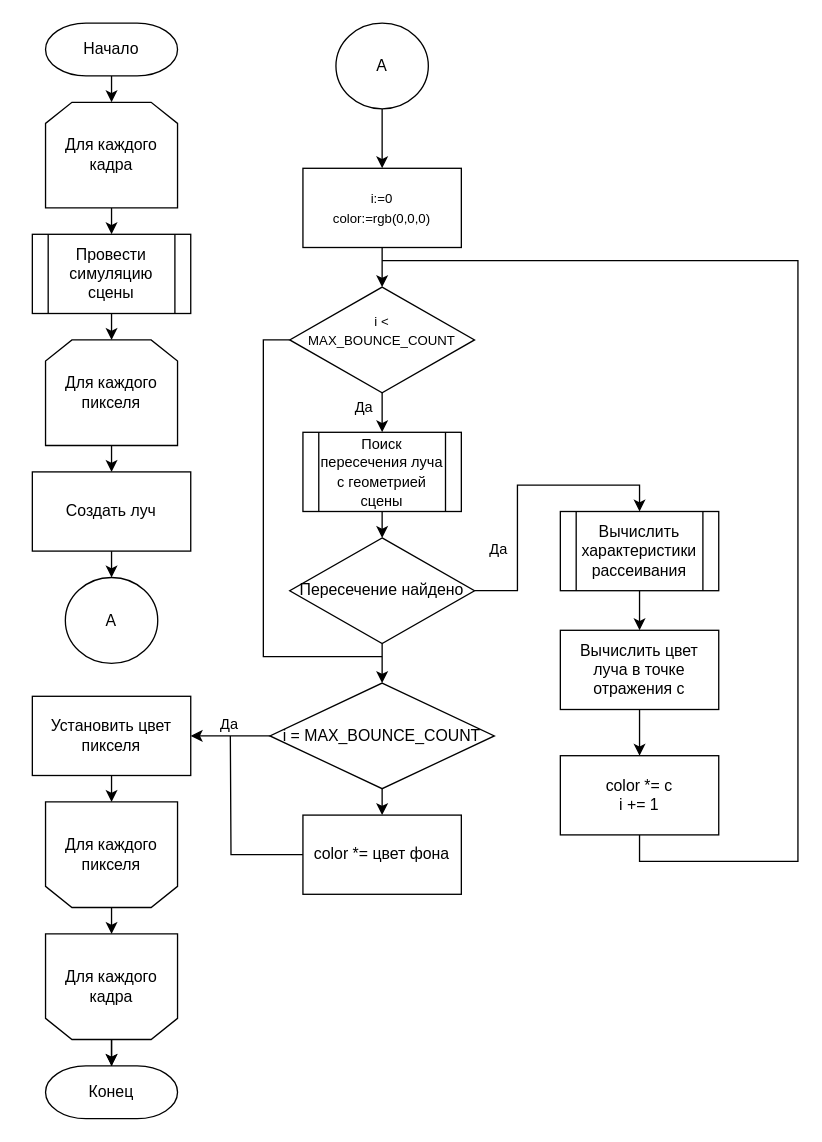
Holodome/voxel-water keeps this draw.io diagram as docs/inc/app.drawio. Above is the earlier version. Source tidied: cells renumbered, new cells numbered last; positions are measured from the earlier drawing's top-left corner, leaving out a move shared by most shapes. Both pictures are drawn from the tidied source at 132%, with x=0, y=0 at pixel (32, 22).
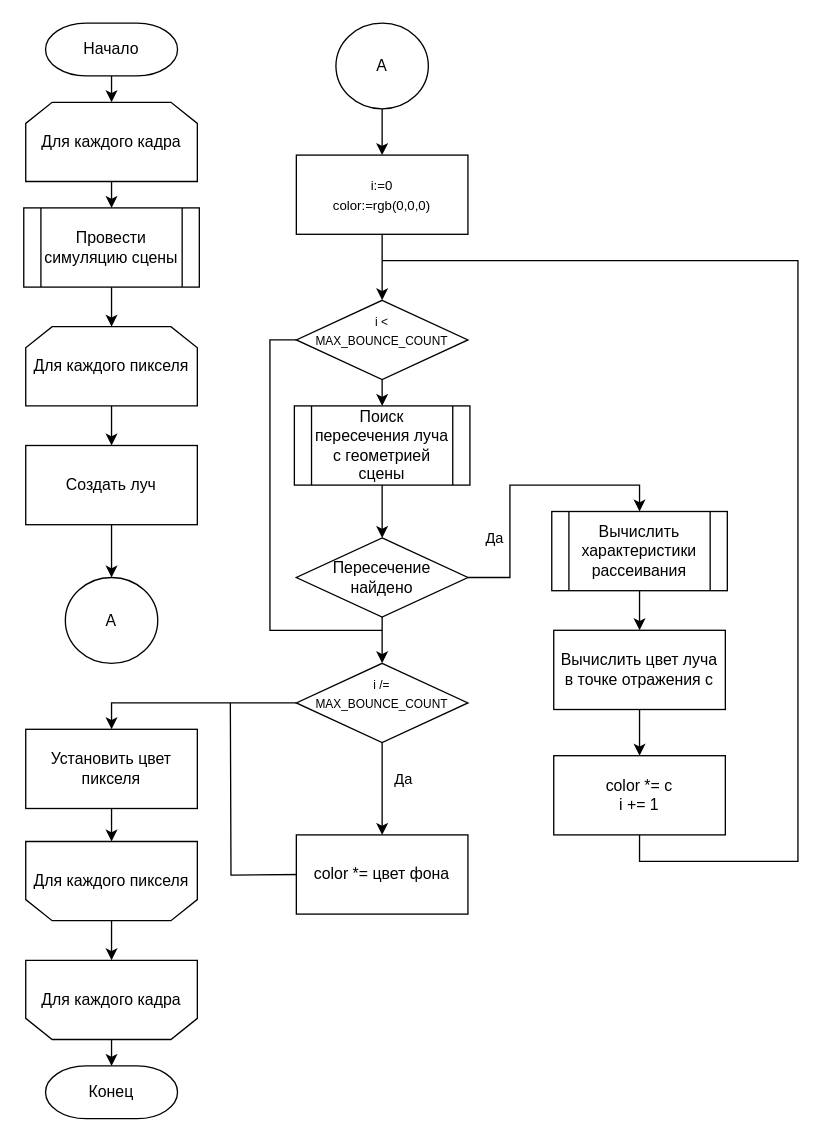
Above is the later version.

Unchanged cells that the change refers to:
```xml
<mxCell id="3" value="Начало" style="strokeWidth=1;html=1;shape=mxgraph.flowchart.terminator;whiteSpace=wrap;" parent="1" vertex="1">
  <mxGeometry x="10" width="100" height="40" as="geometry" />
</mxCell>
```

The edit, as a diff of the source:
```diff
@@
-    <mxCell id="2" style="edgeStyle=orthogonalEdgeStyle;rounded=0;jettySize=auto;html=1;exitX=0.5;exitY=1;exitDx=0;exitDy=0;exitPerimeter=0;entryX=0.5;entryY=0;entryDx=0;entryDy=0;" parent="1" edge="1" source="3" target="7">
-      <mxGeometry relative="1" as="geometry" />
+    <mxCell id="2" style="edgeStyle=orthogonalEdgeStyle;rounded=0;jettySize=auto;html=1;exitX=0.5;exitY=1;exitDx=0;exitDy=0;exitPerimeter=0;entryX=0.5;entryY=0;entryDx=0;entryDy=0;" parent="1" edge="1" source="3">
+      <mxGeometry relative="1" as="geometry">
+        <mxPoint x="60" y="60" as="targetPoint" />
+      </mxGeometry>
     </mxCell>
@@
+    <mxCell id="12" value="А" style="ellipse;whiteSpace=wrap;html=1;" parent="1" vertex="1">
+      <mxGeometry x="25" y="420" width="70" height="65" as="geometry" />
+    </mxCell>
+    <mxCell id="20" value="Конец" style="strokeWidth=1;html=1;shape=mxgraph.flowchart.terminator;whiteSpace=wrap;" parent="1" vertex="1">
+      <mxGeometry x="10" y="790" width="100" height="40" as="geometry" />
+    </mxCell>
+    <mxCell id="21" style="edgeStyle=orthogonalEdgeStyle;rounded=0;jettySize=auto;html=1;exitX=0.5;exitY=1;exitDx=0;exitDy=0;entryX=0.5;entryY=0;entryDx=0;entryDy=0;" parent="1" edge="1" source="22" target="34">
+      <mxGeometry relative="1" as="geometry" />
+    </mxCell>
+    <mxCell id="22" value="А" style="ellipse;whiteSpace=wrap;html=1;" parent="1" vertex="1">
+      <mxGeometry x="230" width="70" height="65" as="geometry" />
+    </mxCell>
+    <mxCell id="29" style="edgeStyle=orthogonalEdgeStyle;rounded=0;orthogonalLoop=1;jettySize=auto;html=1;exitX=0.5;exitY=1;exitDx=0;exitDy=0;entryX=0.5;entryY=0;entryDx=0;entryDy=0;" parent="1" edge="1">
+      <mxGeometry relative="1" as="geometry">
+        <mxPoint x="460" y="430" as="sourcePoint" />
+        <mxPoint x="460" y="460" as="targetPoint" />
+      </mxGeometry>
+    </mxCell>
+    <mxCell id="31" style="edgeStyle=orthogonalEdgeStyle;rounded=0;orthogonalLoop=1;jettySize=auto;html=1;exitX=0.5;exitY=1;exitDx=0;exitDy=0;entryX=0.5;entryY=0;entryDx=0;entryDy=0;" parent="1" edge="1">
+      <mxGeometry relative="1" as="geometry">
+        <mxPoint x="460" y="520" as="sourcePoint" />
+        <mxPoint x="460" y="555" as="targetPoint" />
+      </mxGeometry>
+    </mxCell>
+    <mxCell id="35" style="edgeStyle=orthogonalEdgeStyle;rounded=0;orthogonalLoop=1;jettySize=auto;html=1;exitX=0.5;exitY=1;exitDx=0;exitDy=0;endArrow=none;endFill=0;" parent="1" edge="1">
+      <mxGeometry relative="1" as="geometry">
+        <mxPoint x="460" y="615" as="sourcePoint" />
+        <mxPoint x="265" y="180" as="targetPoint" />
+        <Array as="points">
+          <mxPoint x="460" y="635" />
+          <mxPoint x="580" y="635" />
+          <mxPoint x="580" y="180" />
+        </Array>
+      </mxGeometry>
+    </mxCell>
+    <mxCell id="47" style="edgeStyle=orthogonalEdgeStyle;rounded=0;orthogonalLoop=1;jettySize=auto;html=1;exitX=1;exitY=0.5;exitDx=0;exitDy=0;endArrow=none;endFill=0;" parent="1" edge="1">
+      <mxGeometry relative="1" as="geometry">
+        <mxPoint x="205" y="645" as="sourcePoint" />
+        <mxPoint x="150" y="515" as="targetPoint" />
+      </mxGeometry>
+    </mxCell>
+    <mxCell id="6" style="edgeStyle=orthogonalEdgeStyle;rounded=0;jettySize=auto;html=1;exitX=0.5;exitY=1;exitDx=0;exitDy=0;entryX=0.5;entryY=0;entryDx=0;entryDy=0;" parent="1" edge="1" source="7" target="5">
+      <mxGeometry relative="1" as="geometry" />
+    </mxCell>
+    <mxCell id="7" value="Для каждого кадра" style="shape=loopLimit;whiteSpace=wrap;html=1;" parent="1" vertex="1">
+      <mxGeometry x="-5" y="60" width="130" height="60" as="geometry" />
+    </mxCell>
@@
     <mxCell id="5" value="Провести симуляцию сцены" style="shape=process;whiteSpace=wrap;html=1;backgroundOutline=1;" parent="1" vertex="1">
-      <mxGeometry y="160" width="120" height="60" as="geometry" />
+      <mxGeometry x="-6.5" y="140" width="133" height="60" as="geometry" />
     </mxCell>
-    <mxCell id="6" style="edgeStyle=orthogonalEdgeStyle;rounded=0;jettySize=auto;html=1;exitX=0.5;exitY=1;exitDx=0;exitDy=0;entryX=0.5;entryY=0;entryDx=0;entryDy=0;" parent="1" edge="1" source="7" target="5">
-      <mxGeometry relative="1" as="geometry" />
-    </mxCell>
-    <mxCell id="7" value="Для каждого кадра" style="shape=loopLimit;whiteSpace=wrap;html=1;" parent="1" vertex="1">
-      <mxGeometry x="10" y="60" width="100" height="80" as="geometry" />
-    </mxCell>
@@
     <mxCell id="9" value="Для каждого пикселя" style="shape=loopLimit;whiteSpace=wrap;html=1;" parent="1" vertex="1">
-      <mxGeometry x="10" y="240" width="100" height="80" as="geometry" />
+      <mxGeometry x="-5" y="230" width="130" height="60" as="geometry" />
     </mxCell>
@@
-    <mxCell id="11" value="Создать луч" style="rounded=0;whiteSpace=wrap;html=1;" parent="1" vertex="1">
-      <mxGeometry y="340" width="120" height="60" as="geometry" />
+    <mxCell id="11" value="Создать луч" style="rounded=0;whiteSpace=wrap;html=1;absoluteArcSize=1;arcSize=14;strokeWidth=1;" parent="1" vertex="1">
+      <mxGeometry x="-5" y="320" width="130" height="60" as="geometry" />
     </mxCell>
-    <mxCell id="12" value="А" style="ellipse;whiteSpace=wrap;html=1;" parent="1" vertex="1">
-      <mxGeometry x="25" y="420" width="70" height="65" as="geometry" />
-    </mxCell>
-    <mxCell id="13" style="edgeStyle=orthogonalEdgeStyle;rounded=0;jettySize=auto;html=1;exitX=0.5;exitY=1;exitDx=0;exitDy=0;entryX=0.5;entryY=1;entryDx=0;entryDy=0;" parent="1" edge="1" source="14" target="16">
+    <mxCell id="13" style="edgeStyle=orthogonalEdgeStyle;rounded=0;jettySize=auto;html=1;exitX=0.5;exitY=1;exitDx=0;exitDy=0;entryX=0.5;entryY=0;entryDx=0;entryDy=0;" parent="1" edge="1" source="14" target="16">
       <mxGeometry relative="1" as="geometry" />
     </mxCell>
-    <mxCell id="14" value="Установить цвет пикселя" style="rounded=0;whiteSpace=wrap;html=1;" parent="1" vertex="1">
-      <mxGeometry y="510" width="120" height="60" as="geometry" />
+    <mxCell id="14" value="Установить цвет пикселя" style="rounded=0;whiteSpace=wrap;html=1;absoluteArcSize=1;arcSize=14;strokeWidth=1;" parent="1" vertex="1">
+      <mxGeometry x="-5" y="535" width="130" height="60" as="geometry" />
     </mxCell>
-    <mxCell id="15" style="edgeStyle=orthogonalEdgeStyle;rounded=0;jettySize=auto;html=1;exitX=0.5;exitY=0;exitDx=0;exitDy=0;entryX=0.5;entryY=1;entryDx=0;entryDy=0;" parent="1" edge="1" source="16" target="19">
+    <mxCell id="15" style="edgeStyle=orthogonalEdgeStyle;rounded=0;jettySize=auto;html=1;exitX=0.5;exitY=1;exitDx=0;exitDy=0;entryX=0.5;entryY=0;entryDx=0;entryDy=0;" parent="1" edge="1" source="16" target="19">
       <mxGeometry relative="1" as="geometry" />
     </mxCell>
-    <mxCell id="16" value="Для каждого пикселя" style="shape=loopLimit;whiteSpace=wrap;html=1;rotation=0;horizontal=1;direction=west;" parent="1" vertex="1">
-      <mxGeometry x="10" y="590" width="100" height="80" as="geometry" />
+    <mxCell id="16" value="Для каждого пикселя" style="shape=loopLimit;whiteSpace=wrap;html=1;flipV=1;" parent="1" vertex="1">
+      <mxGeometry x="-5" y="620" width="130" height="60" as="geometry" />
     </mxCell>
-    <mxCell id="17" style="edgeStyle=orthogonalEdgeStyle;rounded=0;jettySize=auto;html=1;exitX=0.5;exitY=0;exitDx=0;exitDy=0;entryX=0.5;entryY=0;entryDx=0;entryDy=0;entryPerimeter=0;" parent="1" edge="1" source="19" target="20">
-      <mxGeometry relative="1" as="geometry" />
-    </mxCell>
-    <mxCell id="18" style="edgeStyle=orthogonalEdgeStyle;rounded=0;jettySize=auto;html=1;" parent="1" edge="1" source="19" target="20">
-      <mxGeometry relative="1" as="geometry" />
-    </mxCell>
-    <mxCell id="19" value="Для каждого кадра" style="shape=loopLimit;whiteSpace=wrap;html=1;rotation=0;horizontal=1;direction=west;" parent="1" vertex="1">
-      <mxGeometry x="10" y="690" width="100" height="80" as="geometry" />
+    <mxCell id="19" value="Для каждого кадра" style="shape=loopLimit;whiteSpace=wrap;html=1;flipV=1;" parent="1" vertex="1">
+      <mxGeometry x="-5" y="710" width="130" height="60" as="geometry" />
     </mxCell>
-    <mxCell id="20" value="Конец" style="strokeWidth=1;html=1;shape=mxgraph.flowchart.terminator;whiteSpace=wrap;" parent="1" vertex="1">
-      <mxGeometry x="10" y="790" width="100" height="40" as="geometry" />
-    </mxCell>
-    <mxCell id="21" style="edgeStyle=orthogonalEdgeStyle;rounded=0;jettySize=auto;html=1;exitX=0.5;exitY=1;exitDx=0;exitDy=0;entryX=0.5;entryY=0;entryDx=0;entryDy=0;" parent="1" edge="1" source="22" target="34">
-      <mxGeometry relative="1" as="geometry" />
-    </mxCell>
-    <mxCell id="22" value="А" style="ellipse;whiteSpace=wrap;html=1;" parent="1" vertex="1">
-      <mxGeometry x="230" width="70" height="65" as="geometry" />
-    </mxCell>
-    <mxCell id="23" style="edgeStyle=orthogonalEdgeStyle;rounded=0;jettySize=auto;html=1;exitX=0.5;exitY=1;exitDx=0;exitDy=0;entryX=0.5;entryY=0;entryDx=0;entryDy=0;" parent="1" edge="1" source="24" target="28">
-      <mxGeometry relative="1" as="geometry" />
-    </mxCell>
-    <mxCell id="24" value="&lt;font style=&quot;font-size: 11px;&quot;&gt;Поиск пересечения луча с геометрией сцены&lt;/font&gt;" style="shape=process;whiteSpace=wrap;html=1;backgroundOutline=1;" parent="1" vertex="1">
-      <mxGeometry x="205" y="310" width="120" height="60" as="geometry" />
-    </mxCell>
-    <mxCell id="25" style="edgeStyle=orthogonalEdgeStyle;rounded=0;jettySize=auto;html=1;exitX=1;exitY=0.5;exitDx=0;exitDy=0;entryX=0.5;entryY=0;entryDx=0;entryDy=0;" parent="1" edge="1" source="28" target="30">
-      <mxGeometry relative="1" as="geometry" />
-    </mxCell>
-    <mxCell id="26" value="Да" style="edgeLabel;html=1;align=center;verticalAlign=middle;" parent="25" vertex="1">
-      <mxGeometry x="-0.47" relative="1" as="geometry">
-        <mxPoint x="-15" y="-4" as="offset" />
-      </mxGeometry>
-    </mxCell>
-    <mxCell id="27" style="edgeStyle=orthogonalEdgeStyle;rounded=0;jettySize=auto;html=1;exitX=0.5;exitY=1;exitDx=0;exitDy=0;entryX=0.5;entryY=0;entryDx=0;entryDy=0;" parent="1" edge="1" source="28" target="44">
-      <mxGeometry relative="1" as="geometry" />
-    </mxCell>
-    <mxCell id="28" value="Пересечение найдено" style="rhombus;whiteSpace=wrap;html=1;" parent="1" vertex="1">
-      <mxGeometry x="195" y="390" width="140" height="80" as="geometry" />
-    </mxCell>
-    <mxCell id="29" style="edgeStyle=orthogonalEdgeStyle;rounded=0;jettySize=auto;html=1;exitX=0.5;exitY=1;exitDx=0;exitDy=0;entryX=0.5;entryY=0;entryDx=0;entryDy=0;" parent="1" edge="1" source="30" target="32">
-      <mxGeometry relative="1" as="geometry" />
-    </mxCell>
-    <mxCell id="30" value="Вычислить характеристики рассеивания" style="shape=process;whiteSpace=wrap;html=1;backgroundOutline=1;" parent="1" vertex="1">
-      <mxGeometry x="400" y="370" width="120" height="60" as="geometry" />
-    </mxCell>
-    <mxCell id="31" style="edgeStyle=orthogonalEdgeStyle;rounded=0;jettySize=auto;html=1;exitX=0.5;exitY=1;exitDx=0;exitDy=0;entryX=0.5;entryY=0;entryDx=0;entryDy=0;" parent="1" edge="1" source="32" target="36">
-      <mxGeometry relative="1" as="geometry" />
-    </mxCell>
-    <mxCell id="32" value="Вычислить цвет луча в точке отражения c" style="rounded=0;whiteSpace=wrap;html=1;" parent="1" vertex="1">
-      <mxGeometry x="400" y="460" width="120" height="60" as="geometry" />
-    </mxCell>
+    <mxCell id="48" style="edgeStyle=orthogonalEdgeStyle;rounded=0;jettySize=auto;html=1;exitX=0.5;exitY=1;exitDx=0;exitDy=0;entryX=0.5;entryY=0;entryDx=0;entryDy=0;entryPerimeter=0;" parent="1" edge="1" source="19" target="20">
+      <mxGeometry relative="1" as="geometry" />
+    </mxCell>
@@
-    <mxCell id="34" value="&lt;font style=&quot;border-color: var(--border-color); font-size: 10px;&quot;&gt;i:=0&lt;/font&gt;&lt;font style=&quot;border-color: var(--border-color); font-size: 10px;&quot;&gt;&lt;br style=&quot;border-color: var(--border-color);&quot;&gt;&lt;font style=&quot;border-color: var(--border-color);&quot;&gt;color:=rgb(0,0,0)&lt;/font&gt;&lt;/font&gt;" style="rounded=0;whiteSpace=wrap;html=1;" parent="1" vertex="1">
-      <mxGeometry x="205" y="110" width="120" height="60" as="geometry" />
+    <mxCell id="34" value="&lt;font style=&quot;border-color: var(--border-color); font-size: 10px;&quot;&gt;i:=0&lt;/font&gt;&lt;font style=&quot;border-color: var(--border-color); font-size: 10px;&quot;&gt;&lt;br style=&quot;border-color: var(--border-color);&quot;&gt;&lt;font style=&quot;border-color: var(--border-color);&quot;&gt;color:=rgb(0,0,0)&lt;/font&gt;&lt;/font&gt;" style="rounded=0;whiteSpace=wrap;html=1;absoluteArcSize=1;arcSize=14;strokeWidth=1;" parent="1" vertex="1">
+      <mxGeometry x="200" y="100" width="130" height="60" as="geometry" />
     </mxCell>
-    <mxCell id="35" style="edgeStyle=orthogonalEdgeStyle;rounded=0;jettySize=auto;html=1;exitX=0.5;exitY=1;exitDx=0;exitDy=0;endArrow=none;endFill=0;" parent="1" edge="1" source="36">
-      <mxGeometry relative="1" as="geometry">
-        <mxPoint x="265" y="180" as="targetPoint" />
-        <Array as="points">
-          <mxPoint x="460" y="635" />
-          <mxPoint x="580" y="635" />
-          <mxPoint x="580" y="180" />
-        </Array>
-      </mxGeometry>
-    </mxCell>
+    <mxCell id="49" style="edgeStyle=orthogonalEdgeStyle;rounded=0;jettySize=auto;html=1;exitX=0;exitY=0.5;exitDx=0;exitDy=0;endArrow=none;endFill=0;" parent="1" edge="1" source="40">
+      <mxGeometry relative="1" as="geometry">
+        <mxPoint x="265" y="460" as="targetPoint" />
+        <Array as="points">
+          <mxPoint x="180" y="240" />
+          <mxPoint x="180" y="460" />
+        </Array>
+      </mxGeometry>
+    </mxCell>
+    <mxCell id="37" style="edgeStyle=orthogonalEdgeStyle;rounded=0;jettySize=auto;html=1;exitX=0.5;exitY=1;exitDx=0;exitDy=0;entryX=0.5;entryY=0;entryDx=0;entryDy=0;" parent="1" edge="1" source="40" target="24">
+      <mxGeometry relative="1" as="geometry" />
+    </mxCell>
+    <mxCell id="40" value="&lt;font style=&quot;font-size: 9px;&quot;&gt;i &amp;lt;&lt;br style=&quot;border-color: var(--border-color);&quot;&gt;MAX_BOUNCE_COUNT&lt;br&gt;&lt;br&gt;&lt;/font&gt;" style="rhombus;whiteSpace=wrap;html=1;" parent="1" vertex="1">
+      <mxGeometry x="200" y="210" width="130" height="60" as="geometry" />
+    </mxCell>
+    <mxCell id="50" style="edgeStyle=orthogonalEdgeStyle;rounded=0;jettySize=auto;html=1;exitX=0.5;exitY=1;exitDx=0;exitDy=0;entryX=0.5;entryY=0;entryDx=0;entryDy=0;" parent="1" edge="1" source="24">
+      <mxGeometry relative="1" as="geometry">
+        <mxPoint x="265" y="390" as="targetPoint" />
+      </mxGeometry>
+    </mxCell>
+    <mxCell id="24" value="Поиск пересечения луча с геометрией сцены" style="shape=process;whiteSpace=wrap;html=1;backgroundOutline=1;" parent="1" vertex="1">
+      <mxGeometry x="198.5" y="290" width="133" height="60" as="geometry" />
+    </mxCell>
+    <mxCell id="51" style="edgeStyle=orthogonalEdgeStyle;rounded=0;jettySize=auto;html=1;exitX=0.5;exitY=1;exitDx=0;exitDy=0;entryX=0.5;entryY=0;entryDx=0;entryDy=0;" parent="1" edge="1" source="28" target="56">
+      <mxGeometry relative="1" as="geometry" />
+    </mxCell>
+    <mxCell id="25" style="edgeStyle=orthogonalEdgeStyle;rounded=0;jettySize=auto;html=1;exitX=1;exitY=0.5;exitDx=0;exitDy=0;entryX=0.5;entryY=0;entryDx=0;entryDy=0;" parent="1" edge="1" source="28" target="30">
+      <mxGeometry relative="1" as="geometry" />
+    </mxCell>
+    <mxCell id="52" value="Да" style="edgeLabel;html=1;align=center;verticalAlign=middle;" parent="25" vertex="1">
+      <mxGeometry x="-0.4" relative="1" as="geometry">
+        <mxPoint x="-12" y="4" as="offset" />
+      </mxGeometry>
+    </mxCell>
+    <mxCell id="28" value="Пересечение &lt;br&gt;найдено&lt;span style=&quot;font-size: 10px;&quot;&gt;&lt;br&gt;&lt;/span&gt;" style="rhombus;whiteSpace=wrap;html=1;" parent="1" vertex="1">
+      <mxGeometry x="200" y="390" width="130" height="60" as="geometry" />
+    </mxCell>
+    <mxCell id="53" style="edgeStyle=orthogonalEdgeStyle;rounded=0;jettySize=auto;html=1;exitX=0.5;exitY=1;exitDx=0;exitDy=0;entryX=0.5;entryY=1;entryDx=0;entryDy=0;" parent="1" edge="1" source="56">
+      <mxGeometry relative="1" as="geometry">
+        <mxPoint x="265" y="615" as="targetPoint" />
+      </mxGeometry>
+    </mxCell>
+    <mxCell id="54" value="Да" style="edgeLabel;html=1;align=center;verticalAlign=middle;" parent="53" vertex="1">
+      <mxGeometry x="-0.34" y="1" relative="1" as="geometry">
+        <mxPoint x="14" y="4" as="offset" />
+      </mxGeometry>
+    </mxCell>
+    <mxCell id="55" style="edgeStyle=orthogonalEdgeStyle;rounded=0;jettySize=auto;html=1;exitX=0;exitY=0.5;exitDx=0;exitDy=0;entryX=0.5;entryY=0;entryDx=0;entryDy=0;" parent="1" edge="1" source="56" target="14">
+      <mxGeometry relative="1" as="geometry" />
+    </mxCell>
+    <mxCell id="56" value="&lt;font style=&quot;font-size: 9px;&quot;&gt;&lt;font style=&quot;font-size: 9px;&quot;&gt;i /=&lt;br style=&quot;border-color: var(--border-color);&quot;&gt;MAX_BOUNCE_COUNT&lt;br&gt;&lt;/font&gt;&amp;nbsp;&amp;nbsp;&lt;/font&gt;" style="rhombus;whiteSpace=wrap;html=1;" parent="1" vertex="1">
+      <mxGeometry x="200" y="485" width="130" height="60" as="geometry" />
+    </mxCell>
+    <mxCell id="30" value="Вычислить характеристики рассеивания" style="shape=process;whiteSpace=wrap;html=1;backgroundOutline=1;" parent="1" vertex="1">
+      <mxGeometry x="393.5" y="370" width="133" height="60" as="geometry" />
+    </mxCell>
+    <mxCell id="32" value="Вычислить цвет луча в точке отражения c" style="rounded=0;whiteSpace=wrap;html=1;absoluteArcSize=1;arcSize=14;strokeWidth=1;" parent="1" vertex="1">
+      <mxGeometry x="395" y="460" width="130" height="60" as="geometry" />
+    </mxCell>
-    <mxCell id="36" value="color *= c&lt;br&gt;i += 1" style="rounded=0;whiteSpace=wrap;html=1;" parent="1" vertex="1">
-      <mxGeometry x="400" y="555" width="120" height="60" as="geometry" />
+    <mxCell id="36" value="color *= c&lt;br style=&quot;border-color: var(--border-color);&quot;&gt;i += 1" style="rounded=0;whiteSpace=wrap;html=1;absoluteArcSize=1;arcSize=14;strokeWidth=1;" parent="1" vertex="1">
+      <mxGeometry x="395" y="555" width="130" height="60" as="geometry" />
     </mxCell>
-    <mxCell id="37" style="edgeStyle=orthogonalEdgeStyle;rounded=0;jettySize=auto;html=1;exitX=0.5;exitY=1;exitDx=0;exitDy=0;entryX=0.5;entryY=0;entryDx=0;entryDy=0;" parent="1" edge="1" source="40" target="24">
-      <mxGeometry relative="1" as="geometry" />
-    </mxCell>
-    <mxCell id="38" style="edgeStyle=orthogonalEdgeStyle;rounded=0;jettySize=auto;html=1;exitX=0;exitY=0.5;exitDx=0;exitDy=0;endArrow=none;endFill=0;" parent="1" edge="1" source="40">
-      <mxGeometry relative="1" as="geometry">
-        <mxPoint x="265" y="480" as="targetPoint" />
-        <Array as="points">
-          <mxPoint x="175" y="240" />
-          <mxPoint x="175" y="480" />
-          <mxPoint x="260" y="480" />
-        </Array>
-      </mxGeometry>
-    </mxCell>
-    <mxCell id="39" value="Да" style="edgeLabel;html=1;align=center;verticalAlign=middle;" parent="38" vertex="1">
-      <mxGeometry x="-0.72" relative="1" as="geometry">
-        <mxPoint x="75" y="21" as="offset" />
-      </mxGeometry>
-    </mxCell>
-    <mxCell id="40" value="&lt;font style=&quot;font-size: 10px;&quot;&gt;i &amp;lt; &lt;br&gt;MAX_BOUNCE_COUNT&lt;br&gt;&lt;br&gt;&lt;/font&gt;" style="rhombus;whiteSpace=wrap;html=1;" parent="1" vertex="1">
-      <mxGeometry x="195" y="200" width="140" height="80" as="geometry" />
-    </mxCell>
-    <mxCell id="41" style="edgeStyle=orthogonalEdgeStyle;rounded=0;jettySize=auto;html=1;exitX=0;exitY=0.5;exitDx=0;exitDy=0;entryX=1;entryY=0.5;entryDx=0;entryDy=0;" parent="1" edge="1" source="44" target="14">
-      <mxGeometry relative="1" as="geometry" />
-    </mxCell>
-    <mxCell id="42" value="Да" style="edgeLabel;html=1;align=center;verticalAlign=middle;" parent="41" vertex="1">
-      <mxGeometry x="0.07" y="-1" relative="1" as="geometry">
-        <mxPoint y="-9" as="offset" />
-      </mxGeometry>
-    </mxCell>
-    <mxCell id="43" style="edgeStyle=orthogonalEdgeStyle;rounded=0;jettySize=auto;html=1;exitX=0.5;exitY=1;exitDx=0;exitDy=0;entryX=0.5;entryY=1;entryDx=0;entryDy=0;" parent="1" edge="1" source="44" target="46">
-      <mxGeometry relative="1" as="geometry" />
-    </mxCell>
-    <mxCell id="44" value="i = MAX_BOUNCE_COUNT" style="rhombus;whiteSpace=wrap;html=1;" parent="1" vertex="1">
-      <mxGeometry x="180" y="500" width="170" height="80" as="geometry" />
-    </mxCell>
-    <mxCell id="45" style="edgeStyle=orthogonalEdgeStyle;rounded=0;jettySize=auto;html=1;exitX=1;exitY=0.5;exitDx=0;exitDy=0;endArrow=none;endFill=0;" parent="1" edge="1" source="46">
-      <mxGeometry relative="1" as="geometry">
-        <mxPoint x="150" y="540" as="targetPoint" />
-      </mxGeometry>
-    </mxCell>
-    <mxCell id="46" value="color *= цвет фона" style="rounded=0;whiteSpace=wrap;html=1;direction=west;" parent="1" vertex="1">
-      <mxGeometry x="205" y="600" width="120" height="60" as="geometry" />
+    <mxCell id="46" value="color *= цвет фона" style="rounded=0;whiteSpace=wrap;html=1;absoluteArcSize=1;arcSize=14;strokeWidth=1;" parent="1" vertex="1">
+      <mxGeometry x="200" y="615" width="130" height="60" as="geometry" />
     </mxCell>
```
